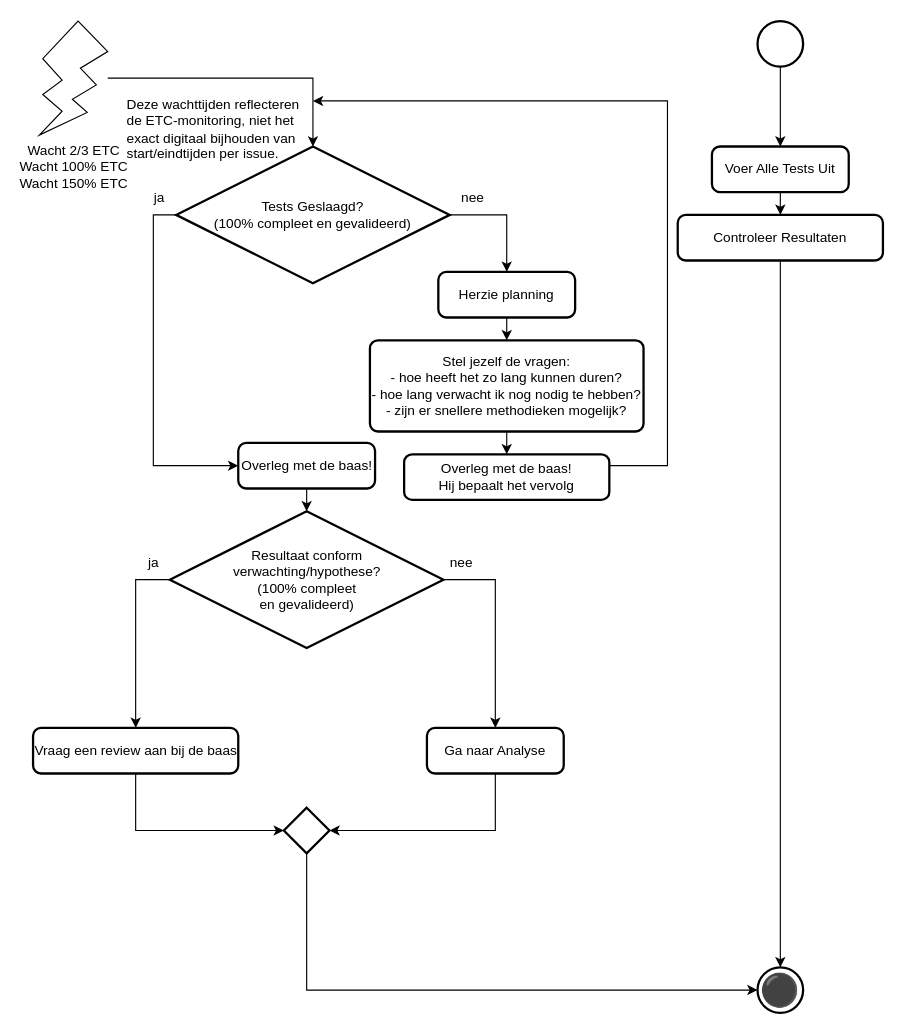
Before: 5 Issue Tracker test.drawio in Zaibatsu89/IssueTracker, a draw.io diagram. Source tidied: cells renumbered, new cells numbered last; positions are measured from the earlier drawing's top-left corner, leaving out a move shared by most shapes. Both pictures are drawn from the tidied source at 114%, with x=0, y=0 at pixel (32, 21).
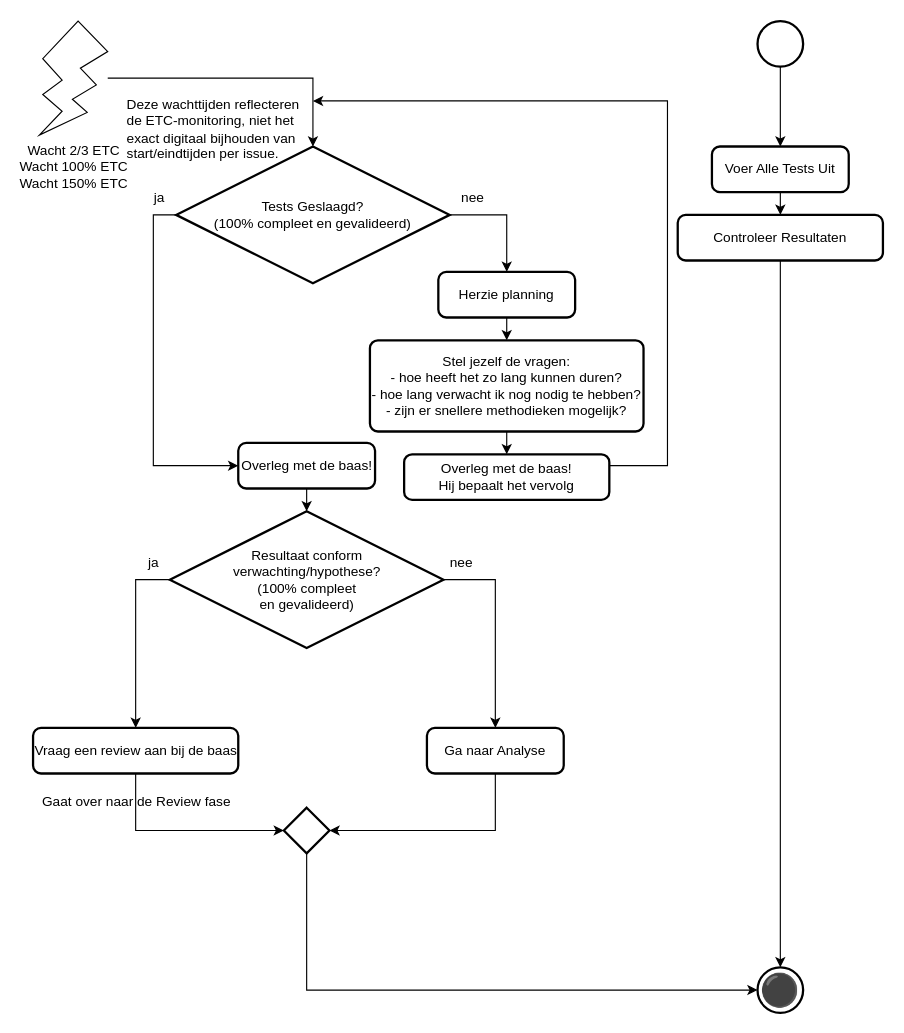
The same page after the edit.

Change to the diagram source:
```diff
@@
+    <mxCell id="36" value="Gaat over naar de Review fase" style="text;html=1;align=center;verticalAlign=middle;strokeColor=none;fillColor=none;" parent="1" vertex="1">
+      <mxGeometry x="0.5" y="670" width="180" height="30" as="geometry" />
+    </mxCell>
```
